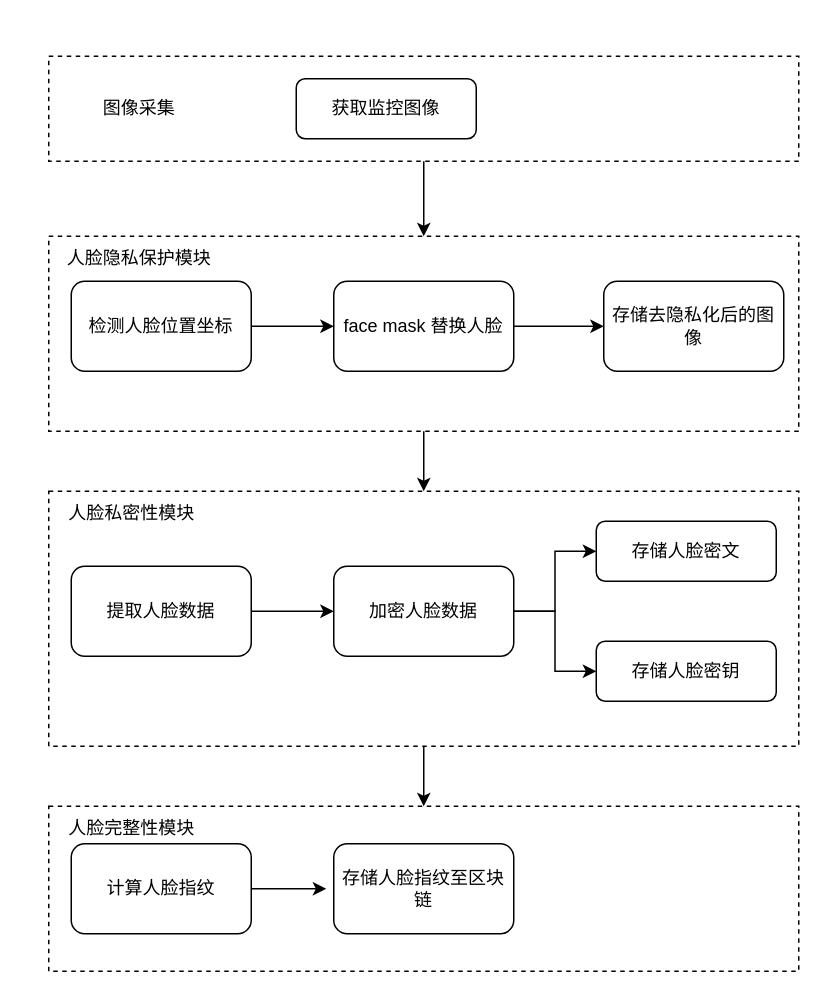
The draw.io diagram page "正向过程" (1 of 2) of imgs/正向过程.drawio in FadingLight9291117/draw.io, before the edit. Source tidied: cells renumbered, new cells numbered last; positions are measured from the earlier drawing's top-left corner, leaving out a move shared by most shapes. Both pictures are drawn from the tidied source at 150%, with x=0, y=0 at pixel (48, 56).
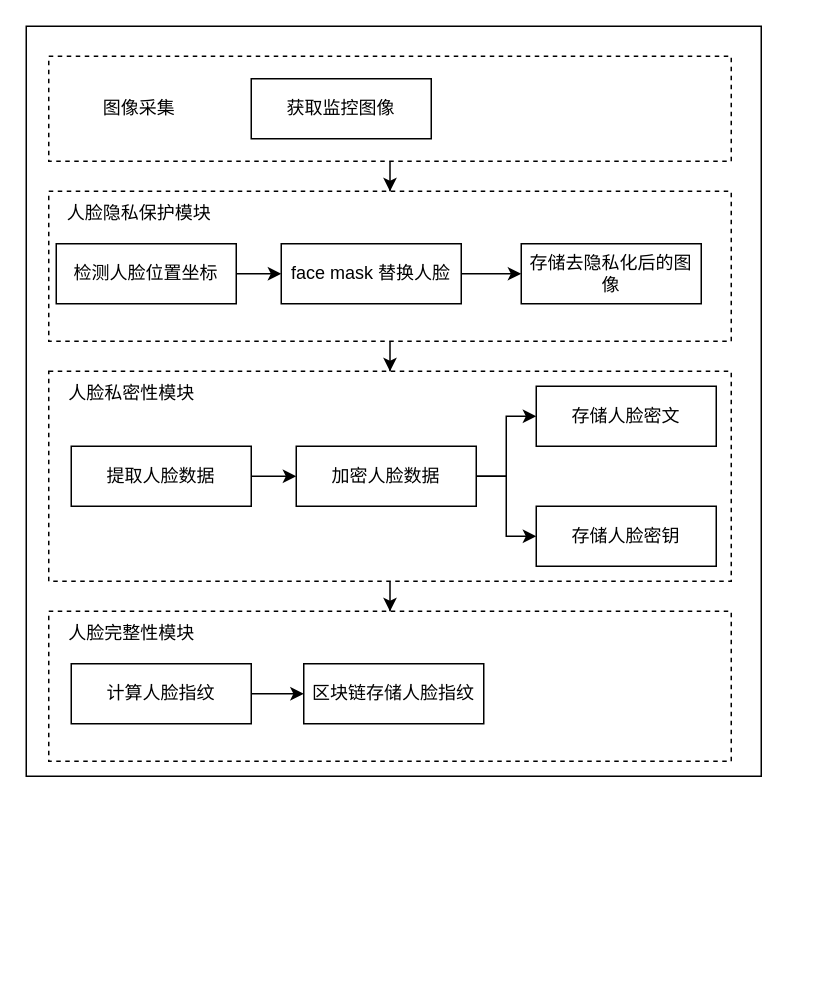
After the change.

Commit message:
更新正向过程.drawio

Change to the diagram source:
```diff
@@
+    <mxCell id="29" style="rounded=0;whiteSpace=wrap;html=1;fillColor=none;" parent="1" vertex="1">
+      <mxGeometry x="-15" y="-20" width="490" height="500" as="geometry" />
+    </mxCell>
     <mxCell id="2" style="rounded=0;whiteSpace=wrap;html=1;fillColor=none;dashed=1;" parent="1" vertex="1">
-      <mxGeometry y="500" width="500" height="110" as="geometry" />
+      <mxGeometry y="370" width="455" height="100" as="geometry" />
     </mxCell>
     <mxCell id="3" style="rounded=0;whiteSpace=wrap;html=1;fillColor=none;dashed=1;" parent="1" vertex="1">
-      <mxGeometry y="290" width="500" height="170" as="geometry" />
+      <mxGeometry y="210" width="455" height="140" as="geometry" />
     </mxCell>
     <mxCell id="4" style="rounded=0;whiteSpace=wrap;html=1;fillColor=none;dashed=1;" parent="1" vertex="1">
-      <mxGeometry y="120" width="500" height="130" as="geometry" />
+      <mxGeometry y="90" width="455" height="100" as="geometry" />
     </mxCell>
     <mxCell id="5" style="rounded=0;whiteSpace=wrap;html=1;fillColor=none;dashed=1;" parent="1" vertex="1">
-      <mxGeometry width="500" height="70" as="geometry" />
+      <mxGeometry width="455" height="70" as="geometry" />
     </mxCell>
-    <mxCell id="6" value="获取监控图像" style="rounded=1;whiteSpace=wrap;html=1;fontSize=12;glass=0;strokeWidth=1;shadow=0;" parent="1" vertex="1">
-      <mxGeometry x="165" y="15" width="120" height="40" as="geometry" />
+    <mxCell id="6" value="获取监控图像" style="rounded=0;whiteSpace=wrap;html=1;fontSize=12;glass=0;strokeWidth=1;shadow=0;" parent="1" vertex="1">
+      <mxGeometry x="135" y="15" width="120" height="40" as="geometry" />
     </mxCell>
@@
-    <mxCell id="9" value="检测人脸位置坐标" style="rounded=1;whiteSpace=wrap;html=1;fillColor=default;" parent="1" vertex="1">
-      <mxGeometry x="15" y="150" width="120" height="60" as="geometry" />
+    <mxCell id="9" value="检测人脸位置坐标" style="rounded=0;whiteSpace=wrap;html=1;fillColor=default;" parent="1" vertex="1">
+      <mxGeometry x="5" y="125" width="120" height="40" as="geometry" />
     </mxCell>
@@
-    <mxCell id="11" value="face mask 替换人脸" style="rounded=1;whiteSpace=wrap;html=1;fillColor=default;" parent="1" vertex="1">
-      <mxGeometry x="190" y="150" width="120" height="60" as="geometry" />
+    <mxCell id="11" value="face mask 替换人脸" style="rounded=0;whiteSpace=wrap;html=1;fillColor=default;" parent="1" vertex="1">
+      <mxGeometry x="155" y="125" width="120" height="40" as="geometry" />
     </mxCell>
-    <mxCell id="12" value="存储去隐私化后的图像" style="rounded=1;whiteSpace=wrap;html=1;fillColor=default;" parent="1" vertex="1">
-      <mxGeometry x="370" y="150" width="120" height="60" as="geometry" />
+    <mxCell id="12" value="存储去隐私化后的图像" style="rounded=0;whiteSpace=wrap;html=1;fillColor=default;" parent="1" vertex="1">
+      <mxGeometry x="315" y="125" width="120" height="40" as="geometry" />
     </mxCell>
@@
-    <mxCell id="14" value="提取人脸数据" style="rounded=1;whiteSpace=wrap;html=1;fillColor=default;" parent="1" vertex="1">
-      <mxGeometry x="15" y="340" width="120" height="60" as="geometry" />
+    <mxCell id="14" value="提取人脸数据" style="rounded=0;whiteSpace=wrap;html=1;fillColor=default;" parent="1" vertex="1">
+      <mxGeometry x="15" y="260" width="120" height="40" as="geometry" />
     </mxCell>
@@
-    <mxCell id="17" value="加密人脸数据" style="rounded=1;whiteSpace=wrap;html=1;fillColor=default;" parent="1" vertex="1">
-      <mxGeometry x="190" y="340" width="120" height="60" as="geometry" />
+    <mxCell id="17" value="加密人脸数据" style="rounded=0;whiteSpace=wrap;html=1;fillColor=default;" parent="1" vertex="1">
+      <mxGeometry x="165" y="260" width="120" height="40" as="geometry" />
     </mxCell>
-    <mxCell id="18" value="存储人脸密文" style="rounded=1;whiteSpace=wrap;html=1;fillColor=default;" parent="1" vertex="1">
-      <mxGeometry x="365" y="310" width="120" height="40" as="geometry" />
+    <mxCell id="18" value="存储人脸密文" style="rounded=0;whiteSpace=wrap;html=1;fillColor=default;" parent="1" vertex="1">
+      <mxGeometry x="325" y="220" width="120" height="40" as="geometry" />
     </mxCell>
-    <mxCell id="19" value="存储人脸密钥" style="rounded=1;whiteSpace=wrap;html=1;fillColor=default;" parent="1" vertex="1">
-      <mxGeometry x="365" y="390" width="120" height="40" as="geometry" />
+    <mxCell id="19" value="存储人脸密钥" style="rounded=0;whiteSpace=wrap;html=1;fillColor=default;" parent="1" vertex="1">
+      <mxGeometry x="325" y="300" width="120" height="40" as="geometry" />
     </mxCell>
-    <mxCell id="20" style="edgeStyle=orthogonalEdgeStyle;rounded=0;jettySize=auto;html=1;" parent="1" edge="1" source="21">
-      <mxGeometry relative="1" as="geometry">
-        <mxPoint x="185" y="555" as="targetPoint" />
-      </mxGeometry>
-    </mxCell>
+    <mxCell id="30" style="edgeStyle=orthogonalEdgeStyle;rounded=0;jettySize=auto;html=1;entryX=0;entryY=0.5;entryDx=0;entryDy=0;" parent="1" edge="1" source="21" target="22">
+      <mxGeometry relative="1" as="geometry" />
+    </mxCell>
-    <mxCell id="21" value="计算人脸指纹" style="rounded=1;whiteSpace=wrap;html=1;fillColor=default;" parent="1" vertex="1">
-      <mxGeometry x="15" y="525" width="120" height="60" as="geometry" />
+    <mxCell id="21" value="计算人脸指纹" style="rounded=0;whiteSpace=wrap;html=1;fillColor=default;" parent="1" vertex="1">
+      <mxGeometry x="15" y="405" width="120" height="40" as="geometry" />
     </mxCell>
-    <mxCell id="22" value="存储人脸指纹至区块链" style="rounded=1;whiteSpace=wrap;html=1;fillColor=default;" parent="1" vertex="1">
-      <mxGeometry x="190" y="525" width="120" height="60" as="geometry" />
+    <mxCell id="22" value="区块链存储人脸指纹" style="rounded=0;whiteSpace=wrap;html=1;fillColor=default;" parent="1" vertex="1">
+      <mxGeometry x="170" y="405" width="120" height="40" as="geometry" />
     </mxCell>
@@
     <mxCell id="26" value="人脸隐私保护模块" style="text;html=1;align=center;verticalAlign=middle;strokeColor=none;fillColor=none;" parent="1" vertex="1">
-      <mxGeometry y="120" width="120" height="30" as="geometry" />
+      <mxGeometry y="90" width="120" height="30" as="geometry" />
     </mxCell>
     <mxCell id="27" value="人脸私密性模块&lt;br&gt;" style="text;html=1;align=center;verticalAlign=middle;strokeColor=none;fillColor=none;" parent="1" vertex="1">
-      <mxGeometry y="290" width="110" height="30" as="geometry" />
+      <mxGeometry y="210" width="110" height="30" as="geometry" />
     </mxCell>
     <mxCell id="28" value="人脸完整性模块" style="text;html=1;align=center;verticalAlign=middle;strokeColor=none;fillColor=none;" parent="1" vertex="1">
-      <mxGeometry y="500" width="110" height="30" as="geometry" />
+      <mxGeometry y="370" width="110" height="30" as="geometry" />
     </mxCell>
```
